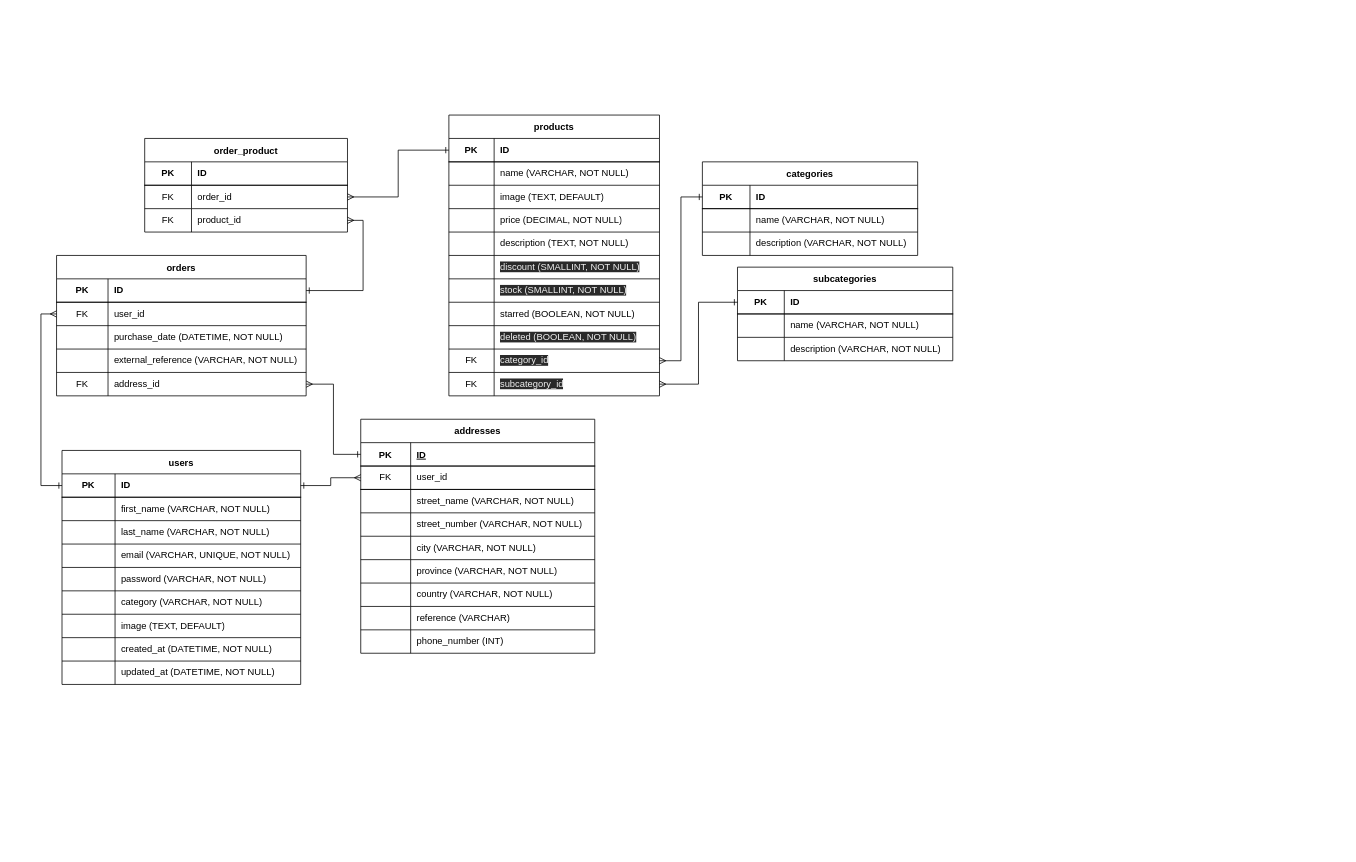
0621CDFSNCN12LAED/grupo-12 keeps this draw.io diagram as decamping-ERD.drawio. Above is the earlier version. Source tidied: cells renumbered, new cells numbered last; positions are measured from the earlier drawing's top-left corner, leaving out a move shared by most shapes. Both pictures are drawn from the tidied source at 78%, with x=0, y=0 at pixel (56, 115).
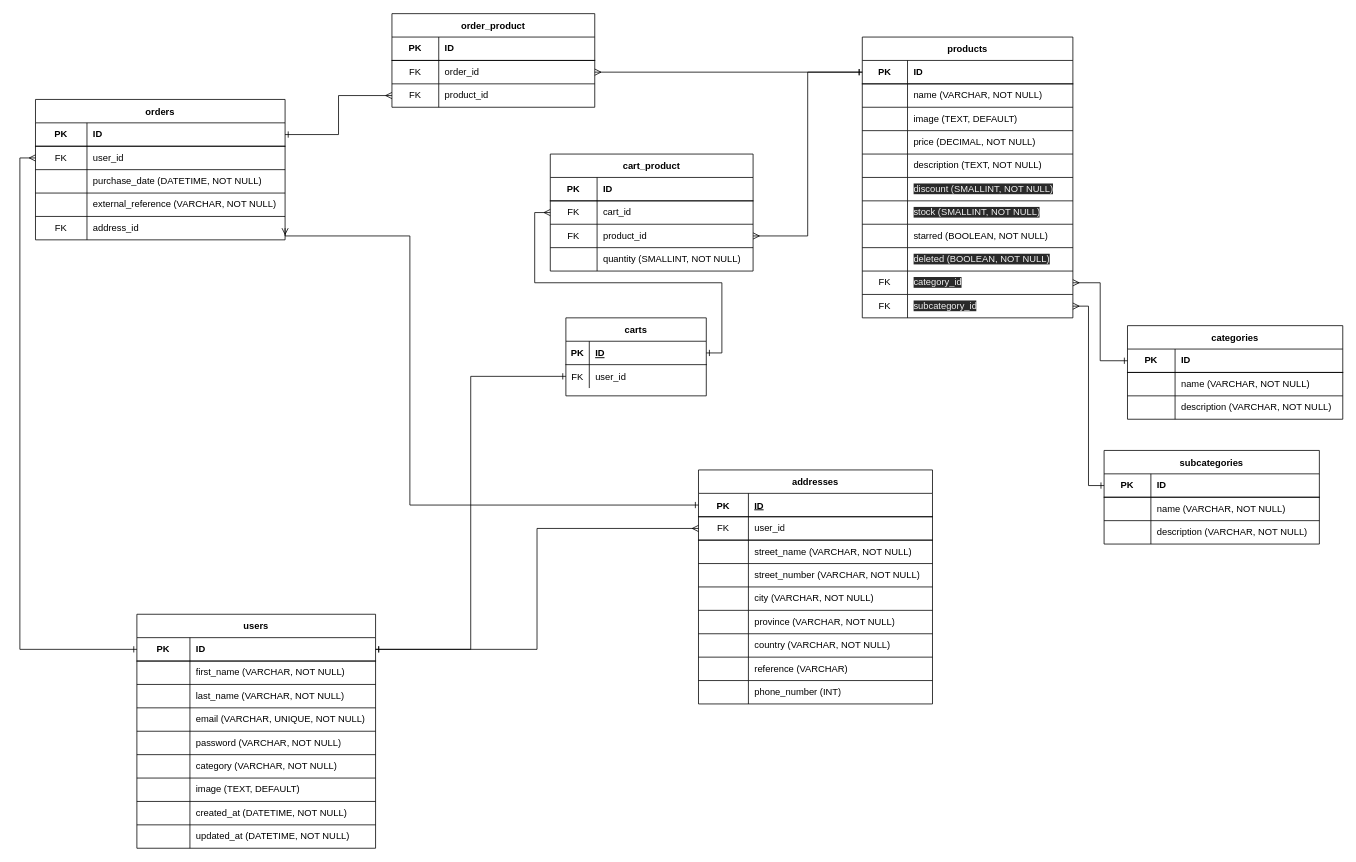
The same diagram, later.

Commit message (it also covers changes not shown here):
Added cart and cart_product entities in decamping_db

Unchanged cells that the change refers to:
```xml
<mxCell id="3" style="shape=partialRectangle;html=1;whiteSpace=wrap;fillColor=none;top=0;left=0;bottom=1;right=0;points=[[0,0.5],[1,0.5]];portConstraint=eastwest;" parent="2" vertex="1">
  <mxGeometry y="30" width="270" height="30" as="geometry" />
</mxCell>
<mxCell id="57" style="shape=partialRectangle;html=1;whiteSpace=wrap;fillColor=none;top=0;left=0;bottom=1;right=0;points=[[0,0.5],[1,0.5]];portConstraint=eastwest;" parent="56" vertex="1">
  <mxGeometry y="30" width="306" height="30" as="geometry" />
</mxCell>
<mxCell id="85" style="shape=partialRectangle;html=1;whiteSpace=wrap;fillColor=none;top=0;left=0;bottom=1;right=0;points=[[0,0.5],[1,0.5]];portConstraint=eastwest;" parent="84" vertex="1">
  <mxGeometry y="30" width="320" height="30" as="geometry" />
</mxCell>
<mxCell id="97" style="shape=partialRectangle;html=1;whiteSpace=wrap;fillColor=none;top=0;left=0;bottom=0;right=0;points=[[0,0.5],[1,0.5]];portConstraint=eastwest;" parent="84" vertex="1">
  <mxGeometry y="150" width="320" height="30" as="geometry" />
</mxCell>
<mxCell id="107" style="shape=partialRectangle;html=1;whiteSpace=wrap;fillColor=none;top=0;left=0;bottom=0;right=0;points=[[0,0.5],[1,0.5]];portConstraint=eastwest;" parent="100" vertex="1">
  <mxGeometry y="90" width="260" height="30" as="geometry" />
</mxCell>
<mxCell id="112" style="shape=partialRectangle;fillColor=none;top=0;left=0;bottom=1;right=0;points=[[0,0.5],[1,0.5]];portConstraint=eastwest;" parent="111" vertex="1">
  <mxGeometry y="30" width="300" height="30" as="geometry" />
</mxCell>
```

Diff of the diagram source:
```diff
@@
     <mxCell id="2" value="products" style="shape=table;startSize=30;childLayout=tableLayout;rowLines=1;fontStyle=1;align=center;swimlaneFillColor=none;" parent="1" vertex="1">
-      <mxGeometry x="503" width="270" height="360" as="geometry" />
+      <mxGeometry x="1033" y="-100" width="270" height="360" as="geometry" />
     </mxCell>
@@
     <mxCell id="36" value="categories" style="shape=table;startSize=30;childLayout=tableLayout;rowLines=1;fontStyle=1;align=center;" parent="1" vertex="1">
-      <mxGeometry x="828" y="60" width="276" height="120" as="geometry" />
+      <mxGeometry x="1373" y="270" width="276" height="120" as="geometry" />
     </mxCell>
@@
     <mxCell id="46" value="subcategories" style="shape=table;startSize=30;childLayout=tableLayout;rowLines=1;fontStyle=1;align=center;" parent="1" vertex="1">
-      <mxGeometry x="873" y="195" width="276" height="120" as="geometry" />
+      <mxGeometry x="1343" y="430" width="276" height="120" as="geometry" />
     </mxCell>
@@
     <mxCell id="56" value="users" style="shape=table;startSize=30;childLayout=tableLayout;rowLines=1;fontStyle=1;align=center;" parent="1" vertex="1">
-      <mxGeometry x="7" y="430" width="306" height="300" as="geometry" />
+      <mxGeometry x="103" y="640" width="306" height="300" as="geometry" />
     </mxCell>
@@
     <mxCell id="84" value="orders" style="shape=table;startSize=30;childLayout=tableLayout;rowLines=1;fontStyle=1;align=center;" parent="1" vertex="1">
-      <mxGeometry y="180" width="320" height="180" as="geometry" />
+      <mxGeometry x="-27" y="-20" width="320" height="180" as="geometry" />
     </mxCell>
@@
     <mxCell id="100" value="order_product" style="shape=table;startSize=30;childLayout=tableLayout;rowLines=1;fontStyle=1;align=center;" parent="1" vertex="1">
-      <mxGeometry x="113" y="30" width="260" height="120" as="geometry" />
+      <mxGeometry x="430" y="-130" width="260" height="120" as="geometry" />
     </mxCell>
@@
     <mxCell id="111" value="addresses" style="shape=table;startSize=30;childLayout=tableLayout;rowLines=1;fontStyle=1;align=center;" parent="1" vertex="1">
-      <mxGeometry x="390" y="390" width="300" height="300" as="geometry" />
+      <mxGeometry x="823" y="455" width="300" height="300" as="geometry" />
     </mxCell>
@@
-    <mxCell id="140" style="edgeStyle=orthogonalEdgeStyle;rounded=0;jettySize=auto;html=1;exitX=1;exitY=0.5;exitDx=0;exitDy=0;entryX=1;entryY=0.5;entryDx=0;entryDy=0;startArrow=ERone;startFill=0;endArrow=ERmany;endFill=0;" parent="1" edge="1" source="85" target="107">
-      <mxGeometry relative="1" as="geometry" />
-    </mxCell>
@@
     <mxCell id="145" style="edgeStyle=orthogonalEdgeStyle;rounded=0;jettySize=auto;html=1;exitX=0;exitY=0.5;exitDx=0;exitDy=0;entryX=1;entryY=0.5;entryDx=0;entryDy=0;endArrow=ERmany;endFill=0;startArrow=ERone;startFill=0;" parent="1" edge="1" source="112" target="97">
-      <mxGeometry relative="1" as="geometry" />
+      <mxGeometry relative="1" as="geometry">
+        <Array as="points">
+          <mxPoint x="453" y="500" />
+          <mxPoint x="453" y="155" />
+        </Array>
+      </mxGeometry>
     </mxCell>
+    <mxCell id="146" value="carts" style="shape=table;startSize=30;childLayout=tableLayout;rowLines=0;fontStyle=1;align=center;" parent="1" vertex="1">
+      <mxGeometry x="653" y="260" width="180" height="100" as="geometry" />
+    </mxCell>
+    <mxCell id="147" style="shape=partialRectangle;fillColor=none;top=0;left=0;bottom=1;right=0;points=[[0,0.5],[1,0.5]];portConstraint=eastwest;" parent="146" vertex="1">
+      <mxGeometry y="30" width="180" height="30" as="geometry" />
+    </mxCell>
+    <mxCell id="148" value="PK" style="shape=partialRectangle;fillColor=none;top=0;left=0;bottom=0;right=0;fontStyle=1;overflow=hidden;" parent="147" vertex="1">
+      <mxGeometry width="30" height="30" as="geometry" />
+    </mxCell>
+    <mxCell id="149" value="ID" style="shape=partialRectangle;fillColor=none;top=0;left=0;bottom=0;right=0;align=left;spacingLeft=6;fontStyle=5;overflow=hidden;" parent="147" vertex="1">
+      <mxGeometry x="30" width="150" height="30" as="geometry" />
+    </mxCell>
+    <mxCell id="150" style="shape=partialRectangle;fillColor=none;top=0;left=0;bottom=0;right=0;points=[[0,0.5],[1,0.5]];portConstraint=eastwest;" parent="146" vertex="1">
+      <mxGeometry y="60" width="180" height="30" as="geometry" />
+    </mxCell>
+    <mxCell id="151" value="FK" style="shape=partialRectangle;fillColor=none;top=0;left=0;bottom=0;right=0;overflow=hidden;" parent="150" vertex="1">
+      <mxGeometry width="30" height="30" as="geometry" />
+    </mxCell>
+    <mxCell id="152" value="user_id" style="shape=partialRectangle;fillColor=none;top=0;left=0;bottom=0;right=0;align=left;spacingLeft=6;overflow=hidden;" parent="150" vertex="1">
+      <mxGeometry x="30" width="150" height="30" as="geometry" />
+    </mxCell>
+    <mxCell id="153" value="cart_product" style="shape=table;startSize=30;childLayout=tableLayout;rowLines=1;fontStyle=1;align=center;" parent="1" vertex="1">
+      <mxGeometry x="633" y="50" width="260" height="150" as="geometry" />
+    </mxCell>
+    <mxCell id="154" style="shape=partialRectangle;html=1;whiteSpace=wrap;fillColor=none;top=0;left=0;bottom=1;right=0;points=[[0,0.5],[1,0.5]];portConstraint=eastwest;" parent="153" vertex="1">
+      <mxGeometry y="30" width="260" height="30" as="geometry" />
+    </mxCell>
+    <mxCell id="155" value="PK" style="shape=partialRectangle;html=1;whiteSpace=wrap;fillColor=none;top=0;left=0;bottom=0;right=0;overflow=hidden;fontStyle=1;" parent="154" vertex="1">
+      <mxGeometry width="60" height="30" as="geometry" />
+    </mxCell>
+    <mxCell id="156" value="ID" style="shape=partialRectangle;html=1;whiteSpace=wrap;fillColor=none;top=0;left=0;bottom=0;right=0;align=left;spacingLeft=6;overflow=hidden;fontStyle=1;" parent="154" vertex="1">
+      <mxGeometry x="60" width="200" height="30" as="geometry" />
+    </mxCell>
+    <mxCell id="157" style="shape=partialRectangle;html=1;whiteSpace=wrap;fillColor=none;top=0;left=0;bottom=0;right=0;points=[[0,0.5],[1,0.5]];portConstraint=eastwest;" parent="153" vertex="1">
+      <mxGeometry y="60" width="260" height="30" as="geometry" />
+    </mxCell>
+    <mxCell id="158" value="FK" style="shape=partialRectangle;html=1;whiteSpace=wrap;fillColor=none;top=0;left=0;bottom=0;right=0;overflow=hidden;" parent="157" vertex="1">
+      <mxGeometry width="60" height="30" as="geometry" />
+    </mxCell>
+    <mxCell id="159" value="cart_id&amp;nbsp;" style="shape=partialRectangle;html=1;whiteSpace=wrap;fillColor=none;top=0;left=0;bottom=0;right=0;align=left;spacingLeft=6;overflow=hidden;" parent="157" vertex="1">
+      <mxGeometry x="60" width="200" height="30" as="geometry" />
+    </mxCell>
+    <mxCell id="160" style="shape=partialRectangle;html=1;whiteSpace=wrap;fillColor=none;top=0;left=0;bottom=0;right=0;points=[[0,0.5],[1,0.5]];portConstraint=eastwest;" parent="153" vertex="1">
+      <mxGeometry y="90" width="260" height="30" as="geometry" />
+    </mxCell>
+    <mxCell id="161" value="FK" style="shape=partialRectangle;html=1;whiteSpace=wrap;fillColor=none;top=0;left=0;bottom=0;right=0;overflow=hidden;" parent="160" vertex="1">
+      <mxGeometry width="60" height="30" as="geometry" />
+    </mxCell>
+    <mxCell id="162" value="product_id&amp;nbsp;" style="shape=partialRectangle;html=1;whiteSpace=wrap;fillColor=none;top=0;left=0;bottom=0;right=0;align=left;spacingLeft=6;overflow=hidden;" parent="160" vertex="1">
+      <mxGeometry x="60" width="200" height="30" as="geometry" />
+    </mxCell>
+    <mxCell id="163" style="shape=partialRectangle;html=1;whiteSpace=wrap;fillColor=none;top=0;left=0;bottom=0;right=0;" parent="153" vertex="1">
+      <mxGeometry y="120" width="260" height="30" as="geometry" />
+    </mxCell>
+    <mxCell id="164" style="shape=partialRectangle;html=1;whiteSpace=wrap;fillColor=none;top=0;left=0;bottom=0;right=0;overflow=hidden;" parent="163" vertex="1">
+      <mxGeometry width="60" height="30" as="geometry" />
+    </mxCell>
+    <mxCell id="165" value="quantity (SMALLINT, NOT NULL)" style="shape=partialRectangle;html=1;whiteSpace=wrap;fillColor=none;top=0;left=0;bottom=0;right=0;align=left;spacingLeft=6;overflow=hidden;" parent="163" vertex="1">
+      <mxGeometry x="60" width="200" height="30" as="geometry" />
+    </mxCell>
+    <mxCell id="166" style="edgeStyle=orthogonalEdgeStyle;rounded=0;orthogonalLoop=1;jettySize=auto;html=1;exitX=1;exitY=0.5;exitDx=0;exitDy=0;startArrow=ERone;startFill=0;endArrow=ERmany;endFill=0;" parent="153" edge="1" source="154" target="154">
+      <mxGeometry relative="1" as="geometry" />
+    </mxCell>
+    <mxCell id="140" style="edgeStyle=orthogonalEdgeStyle;rounded=0;jettySize=auto;html=1;entryX=0;entryY=0.5;entryDx=0;entryDy=0;endArrow=ERmany;endFill=0;startArrow=ERone;startFill=0;" parent="1" edge="1" source="85" target="107">
+      <mxGeometry relative="1" as="geometry" />
+    </mxCell>
+    <mxCell id="167" style="edgeStyle=orthogonalEdgeStyle;rounded=0;jettySize=auto;html=1;entryX=0;entryY=0.5;entryDx=0;entryDy=0;startArrow=ERone;startFill=0;endArrow=ERmany;endFill=0;" parent="1" edge="1" source="147" target="157">
+      <mxGeometry relative="1" as="geometry" />
+    </mxCell>
+    <mxCell id="168" style="edgeStyle=orthogonalEdgeStyle;rounded=0;jettySize=auto;html=1;entryX=1;entryY=0.5;entryDx=0;entryDy=0;startArrow=ERone;startFill=0;endArrow=ERmany;endFill=0;" parent="1" edge="1" source="3" target="160">
+      <mxGeometry relative="1" as="geometry" />
+    </mxCell>
+    <mxCell id="169" style="edgeStyle=orthogonalEdgeStyle;rounded=0;jettySize=auto;html=1;entryX=0;entryY=0.5;entryDx=0;entryDy=0;startArrow=ERone;startFill=0;endArrow=ERone;endFill=0;" parent="1" edge="1" source="57" target="150">
+      <mxGeometry relative="1" as="geometry" />
+    </mxCell>
```
